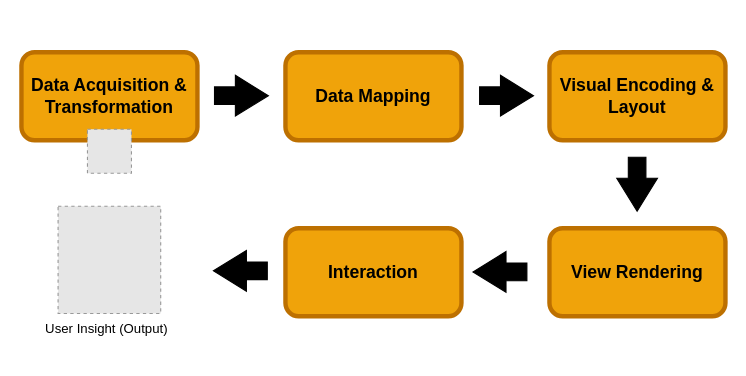
Above: vispipeline.drawio in viniciusrpb/drawio_flowcharts (draw.io), before the change. Source tidied: cells renumbered, new cells numbered last; positions are measured from the earlier drawing's top-left corner, leaving out a move shared by most shapes. Both pictures are drawn from the tidied source at 110%, with x=0, y=0 at pixel (21, 52). Pictures stored in the file or linked from it are replaced by grey dashed boxes.
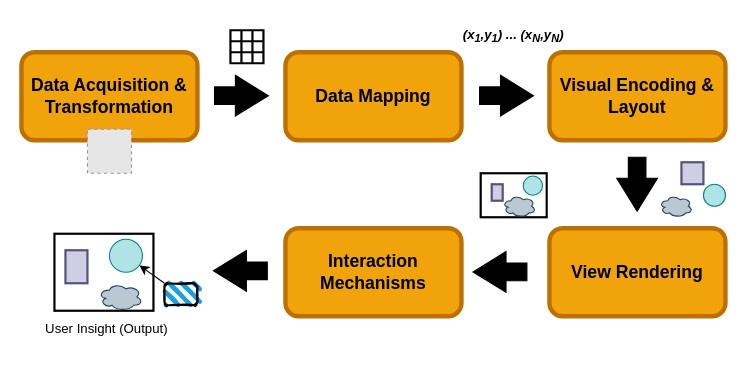
The same page after the edit.

What changed in the source:
```diff
@@
-    <mxCell id="6" value="Interaction" style="rounded=1;whiteSpace=wrap;html=1;fillColor=#f0a30a;fontColor=#000000;strokeColor=#BD7000;fontSize=16;fontStyle=1;strokeWidth=4;" parent="1" vertex="1">
+    <mxCell id="6" value="Interaction&lt;div&gt;Mechanisms&lt;/div&gt;" style="rounded=1;whiteSpace=wrap;html=1;fillColor=#f0a30a;fontColor=#000000;strokeColor=#BD7000;fontSize=16;fontStyle=1;strokeWidth=4;" parent="1" vertex="1">
       <mxGeometry x="240" y="160" width="160" height="80" as="geometry" />
     </mxCell>
@@
-    <mxCell id="8" style="fillColor=#E6E6E6;strokeColor=#999999;dashed=1;verticalLabelPosition=bottom;labelBackgroundColor=default;verticalAlign=top;" parent="1" vertex="1">
-      <mxGeometry x="33.3" y="140" width="93.3" height="97.5" as="geometry" />
-    </mxCell>
@@
+    <mxCell id="15" style="shape=table;startSize=0;childLayout=tableLayout;fontSize=16;strokeWidth=2;" parent="1" vertex="1">
+      <mxGeometry x="190" y="-20" width="30" height="30" as="geometry" />
+    </mxCell>
+    <mxCell id="16" style="shape=tableRow;horizontal=0;startSize=0;swimlaneHead=0;swimlaneBody=0;strokeColor=inherit;top=0;left=0;bottom=0;right=0;fillColor=none;fontSize=16;strokeWidth=2;" parent="15" vertex="1">
+      <mxGeometry width="30" height="10" as="geometry" />
+    </mxCell>
+    <mxCell id="17" style="shape=partialRectangle;html=1;whiteSpace=wrap;strokeColor=inherit;overflow=hidden;fillColor=none;top=0;left=0;bottom=0;right=0;fontSize=16;strokeWidth=2;" parent="16" vertex="1">
+      <mxGeometry width="10" height="10" as="geometry" />
+    </mxCell>
+    <mxCell id="18" style="shape=partialRectangle;html=1;whiteSpace=wrap;strokeColor=inherit;overflow=hidden;fillColor=none;top=0;left=0;bottom=0;right=0;fontSize=16;strokeWidth=2;" parent="16" vertex="1">
+      <mxGeometry x="10" width="10" height="10" as="geometry" />
+    </mxCell>
+    <mxCell id="19" style="shape=partialRectangle;html=1;whiteSpace=wrap;strokeColor=inherit;overflow=hidden;fillColor=none;top=0;left=0;bottom=0;right=0;fontSize=16;strokeWidth=2;" parent="16" vertex="1">
+      <mxGeometry x="20" width="10" height="10" as="geometry" />
+    </mxCell>
+    <mxCell id="20" style="shape=tableRow;horizontal=0;startSize=0;swimlaneHead=0;swimlaneBody=0;strokeColor=inherit;top=0;left=0;bottom=0;right=0;fillColor=none;fontSize=16;strokeWidth=2;" parent="15" vertex="1">
+      <mxGeometry y="10" width="30" height="10" as="geometry" />
+    </mxCell>
+    <mxCell id="21" style="shape=partialRectangle;html=1;whiteSpace=wrap;strokeColor=inherit;overflow=hidden;fillColor=none;top=0;left=0;bottom=0;right=0;fontSize=16;strokeWidth=2;" parent="20" vertex="1">
+      <mxGeometry width="10" height="10" as="geometry" />
+    </mxCell>
+    <mxCell id="22" style="shape=partialRectangle;html=1;whiteSpace=wrap;strokeColor=inherit;overflow=hidden;fillColor=none;top=0;left=0;bottom=0;right=0;fontSize=16;strokeWidth=2;" parent="20" vertex="1">
+      <mxGeometry x="10" width="10" height="10" as="geometry" />
+    </mxCell>
+    <mxCell id="23" style="shape=partialRectangle;html=1;whiteSpace=wrap;strokeColor=inherit;overflow=hidden;fillColor=none;top=0;left=0;bottom=0;right=0;fontSize=16;strokeWidth=2;" parent="20" vertex="1">
+      <mxGeometry x="20" width="10" height="10" as="geometry" />
+    </mxCell>
+    <mxCell id="24" style="shape=tableRow;horizontal=0;startSize=0;swimlaneHead=0;swimlaneBody=0;strokeColor=inherit;top=0;left=0;bottom=0;right=0;fillColor=none;fontSize=16;strokeWidth=2;" parent="15" vertex="1">
+      <mxGeometry y="20" width="30" height="10" as="geometry" />
+    </mxCell>
+    <mxCell id="25" style="shape=partialRectangle;html=1;whiteSpace=wrap;strokeColor=inherit;overflow=hidden;fillColor=none;top=0;left=0;bottom=0;right=0;fontSize=16;strokeWidth=2;" parent="24" vertex="1">
+      <mxGeometry width="10" height="10" as="geometry" />
+    </mxCell>
+    <mxCell id="26" style="shape=partialRectangle;html=1;whiteSpace=wrap;strokeColor=inherit;overflow=hidden;fillColor=none;top=0;left=0;bottom=0;right=0;fontSize=16;strokeWidth=2;" parent="24" vertex="1">
+      <mxGeometry x="10" width="10" height="10" as="geometry" />
+    </mxCell>
+    <mxCell id="27" style="shape=partialRectangle;html=1;whiteSpace=wrap;strokeColor=inherit;overflow=hidden;fillColor=none;top=0;left=0;bottom=0;right=0;fontSize=16;strokeWidth=2;" parent="24" vertex="1">
+      <mxGeometry x="20" width="10" height="10" as="geometry" />
+    </mxCell>
+    <mxCell id="28" value="(x&lt;sub&gt;1&lt;/sub&gt;,y&lt;sub&gt;1&lt;/sub&gt;) ... (x&lt;sub&gt;N&lt;/sub&gt;,y&lt;sub&gt;N&lt;/sub&gt;)" style="text;html=1;align=center;verticalAlign=middle;whiteSpace=wrap;rounded=0;fontStyle=3;" parent="1" vertex="1">
+      <mxGeometry x="400" y="-30" width="95" height="30" as="geometry" />
+    </mxCell>
+    <mxCell id="29" style="rounded=0;whiteSpace=wrap;html=1;fillColor=#d0cee2;strokeColor=#56517e;strokeWidth=2;" parent="1" vertex="1">
+      <mxGeometry x="600" y="100" width="20" height="20" as="geometry" />
+    </mxCell>
+    <mxCell id="30" style="ellipse;shape=cloud;whiteSpace=wrap;html=1;fillColor=#bac8d3;strokeColor=#23445d;" parent="1" vertex="1">
+      <mxGeometry x="580" y="130" width="30" height="20" as="geometry" />
+    </mxCell>
+    <mxCell id="31" style="ellipse;whiteSpace=wrap;html=1;fillColor=#b0e3e6;strokeColor=#0e8088;" parent="1" vertex="1">
+      <mxGeometry x="620" y="120" width="20" height="20" as="geometry" />
+    </mxCell>
+    <mxCell id="32" style="rounded=0;whiteSpace=wrap;html=1;strokeWidth=2;" parent="1" vertex="1">
+      <mxGeometry x="417.5" y="110" width="60" height="40" as="geometry" />
+    </mxCell>
+    <mxCell id="33" style="rounded=0;whiteSpace=wrap;html=1;fillColor=#d0cee2;strokeColor=#56517e;strokeWidth=2;" parent="1" vertex="1">
+      <mxGeometry x="427.5" y="120" width="10" height="15" as="geometry" />
+    </mxCell>
+    <mxCell id="34" style="ellipse;shape=cloud;whiteSpace=wrap;html=1;fillColor=#bac8d3;strokeColor=#23445d;" parent="1" vertex="1">
+      <mxGeometry x="437.5" y="130" width="30" height="20" as="geometry" />
+    </mxCell>
+    <mxCell id="35" style="ellipse;whiteSpace=wrap;html=1;fillColor=#b0e3e6;strokeColor=#0e8088;" parent="1" vertex="1">
+      <mxGeometry x="456.2" y="112.5" width="17.5" height="17.5" as="geometry" />
+    </mxCell>
+    <mxCell id="36" style="rounded=0;whiteSpace=wrap;html=1;strokeWidth=2;" parent="1" vertex="1">
+      <mxGeometry x="30" y="165" width="90" height="70" as="geometry" />
+    </mxCell>
+    <mxCell id="37" style="rounded=0;whiteSpace=wrap;html=1;fillColor=#d0cee2;strokeColor=#56517e;strokeWidth=2;" parent="1" vertex="1">
+      <mxGeometry x="40" y="180" width="20" height="30" as="geometry" />
+    </mxCell>
+    <mxCell id="38" style="ellipse;shape=cloud;whiteSpace=wrap;html=1;fillColor=#bac8d3;strokeColor=#23445d;" parent="1" vertex="1">
+      <mxGeometry x="70" y="210" width="40" height="25" as="geometry" />
+    </mxCell>
+    <mxCell id="39" style="ellipse;whiteSpace=wrap;html=1;fillColor=#b0e3e6;strokeColor=#0e8088;" parent="1" vertex="1">
+      <mxGeometry x="80" y="170" width="30" height="30" as="geometry" />
+    </mxCell>
+    <mxCell id="40" style="endArrow=classic;html=1;rounded=0;" parent="1" edge="1" target="39">
+      <mxGeometry relative="1" as="geometry">
+        <mxPoint x="130" y="210" as="sourcePoint" />
+      </mxGeometry>
+    </mxCell>
+    <mxCell id="41" style="rounded=1;whiteSpace=wrap;html=1;strokeWidth=2;fillWeight=4;hachureGap=8;hachureAngle=45;fillColor=#1ba1e2;sketch=1;" parent="1" vertex="1">
+      <mxGeometry x="130" y="210" width="30" height="20" as="geometry" />
+    </mxCell>
```
